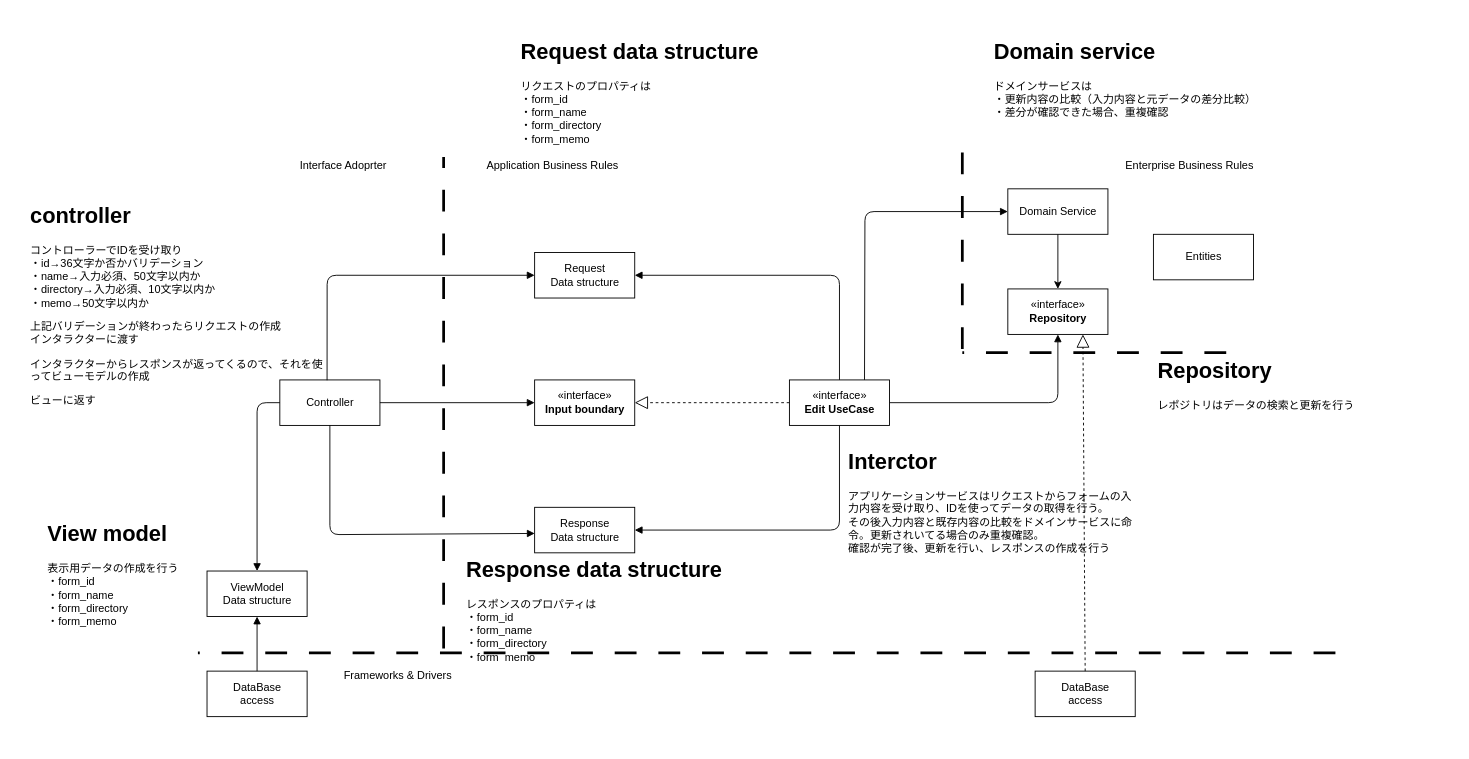
takashiraki/github_image keeps this draw.io diagram as drawio/adas/form/editHandle.dio. Above is the earlier version. Source tidied: cells renumbered, new cells numbered last; positions are measured from the earlier drawing's top-left corner, leaving out a move shared by most shapes. Both pictures are drawn from the tidied source at 91%, with x=0, y=0 at pixel (15, 15).
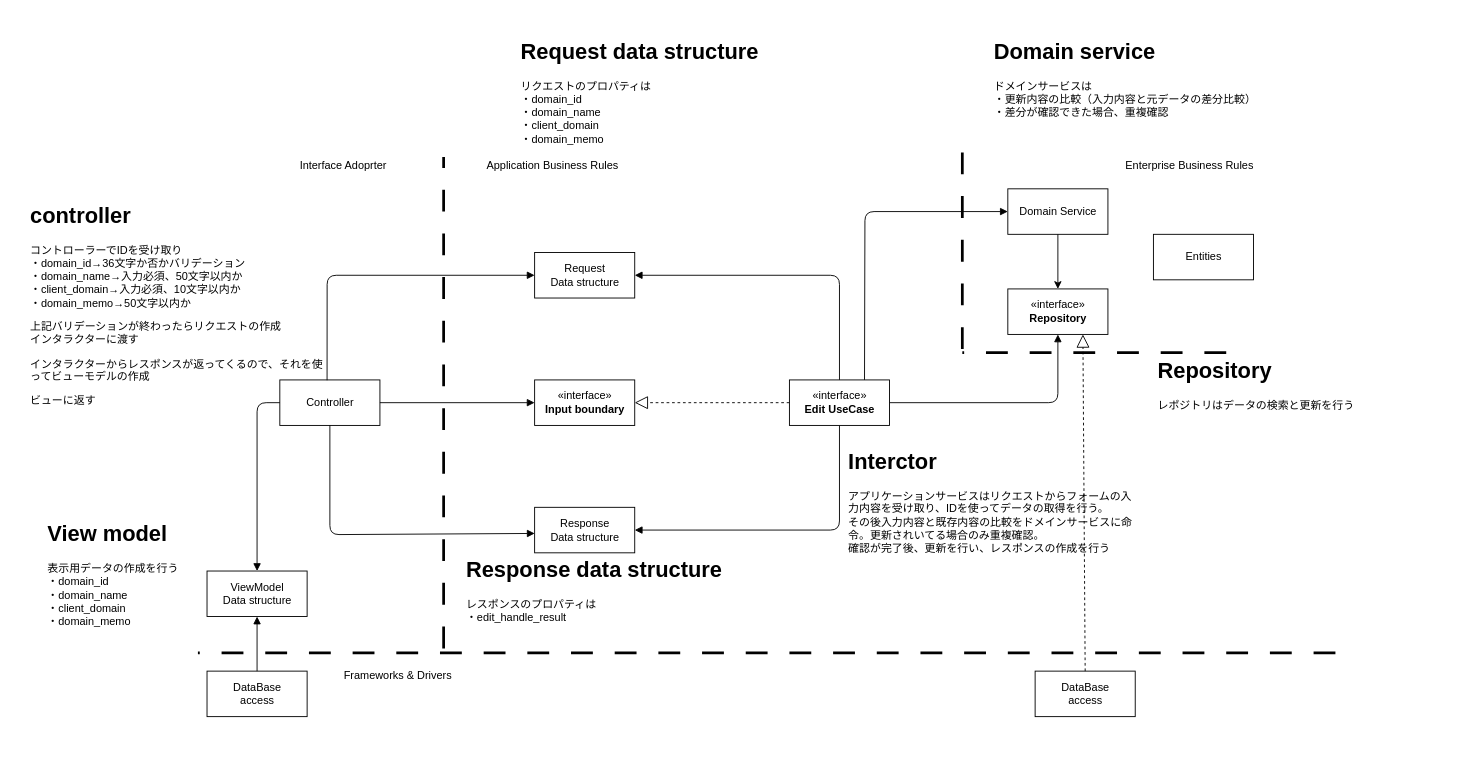
Above is the later version.

Commit message (it also covers changes not shown here):
create account manager domain model

The edit, as a diff of the source:
```diff
@@
-    <mxCell id="32" value="&lt;h1&gt;controller&lt;/h1&gt;&lt;p&gt;コントローラーでIDを受け取り&lt;br&gt;・id→36文字か否かバリデーション&lt;br&gt;・name→入力必須、50文字以内か&lt;br&gt;・directory→入力必須、10文字以内か&lt;br&gt;・memo→50文字以内か&lt;br&gt;&lt;/p&gt;&lt;p&gt;上記バリデーションが終わったらリクエストの作成&lt;br&gt;インタラクターに渡す&lt;/p&gt;&lt;p&gt;インタラクターからレスポンスが返ってくるので、それを使ってビューモデルの作成&lt;br&gt;&lt;/p&gt;&lt;p&gt;ビューに返す&lt;/p&gt;" style="text;html=1;strokeColor=none;fillColor=none;spacing=5;spacingTop=-20;whiteSpace=wrap;overflow=hidden;rounded=0;" parent="1" vertex="1">
+    <mxCell id="32" value="&lt;h1&gt;controller&lt;/h1&gt;&lt;p&gt;コントローラーでIDを受け取り&lt;br&gt;・domain_id→36文字か否かバリデーション&lt;br&gt;・domain_name→入力必須、50文字以内か&lt;br&gt;・client_domain→入力必須、10文字以内か&lt;br&gt;・domain_memo→50文字以内か&lt;br&gt;&lt;/p&gt;&lt;p&gt;上記バリデーションが終わったらリクエストの作成&lt;br&gt;インタラクターに渡す&lt;/p&gt;&lt;p&gt;インタラクターからレスポンスが返ってくるので、それを使ってビューモデルの作成&lt;br&gt;&lt;/p&gt;&lt;p&gt;ビューに返す&lt;/p&gt;" style="text;html=1;strokeColor=none;fillColor=none;spacing=5;spacingTop=-20;whiteSpace=wrap;overflow=hidden;rounded=0;" parent="1" vertex="1">
       <mxGeometry x="11" y="200" width="330" height="230" as="geometry" />
     </mxCell>
-    <mxCell id="33" value="&lt;h1&gt;Request data structure&lt;/h1&gt;&lt;div&gt;リクエストのプロパティは&lt;/div&gt;&lt;div&gt;&lt;span style=&quot;background-color: initial;&quot;&gt;・form_id&lt;/span&gt;&lt;/div&gt;&lt;div&gt;&lt;span style=&quot;background-color: initial;&quot;&gt;・form_name&lt;/span&gt;&lt;/div&gt;&lt;div&gt;&lt;span style=&quot;background-color: initial;&quot;&gt;・form_directory&lt;/span&gt;&lt;/div&gt;&lt;div&gt;&lt;span style=&quot;background-color: initial;&quot;&gt;・form_memo&lt;/span&gt;&lt;/div&gt;" style="text;html=1;strokeColor=none;fillColor=none;spacing=5;spacingTop=-20;whiteSpace=wrap;overflow=hidden;rounded=0;" parent="1" vertex="1">
+    <mxCell id="33" value="&lt;h1&gt;Request data structure&lt;/h1&gt;&lt;div&gt;リクエストのプロパティは&lt;/div&gt;&lt;div&gt;・domain_id&lt;/div&gt;&lt;div&gt;・domain_name&lt;/div&gt;&lt;div&gt;・client_domain&lt;/div&gt;&lt;div&gt;・domain_memo&lt;/div&gt;" style="text;html=1;strokeColor=none;fillColor=none;spacing=5;spacingTop=-20;whiteSpace=wrap;overflow=hidden;rounded=0;" parent="1" vertex="1">
       <mxGeometry x="550" y="20" width="310" height="140" as="geometry" />
     </mxCell>
-    <mxCell id="34" value="&lt;h1&gt;Response data structure&lt;/h1&gt;&lt;div&gt;レスポンスのプロパティは&lt;/div&gt;&lt;div&gt;・form_id&lt;/div&gt;&lt;div&gt;・form_name&lt;/div&gt;&lt;div&gt;・form_directory&lt;/div&gt;&lt;div&gt;・form_memo&lt;/div&gt;" style="text;html=1;strokeColor=none;fillColor=none;spacing=5;spacingTop=-20;whiteSpace=wrap;overflow=hidden;rounded=0;" parent="1" vertex="1">
+    <mxCell id="34" value="&lt;h1&gt;Response data structure&lt;/h1&gt;&lt;div&gt;レスポンスのプロパティは&lt;/div&gt;&lt;div&gt;・edit_handle_result&lt;/div&gt;" style="text;html=1;strokeColor=none;fillColor=none;spacing=5;spacingTop=-20;whiteSpace=wrap;overflow=hidden;rounded=0;" parent="1" vertex="1">
       <mxGeometry x="490" y="589" width="310" height="121" as="geometry" />
     </mxCell>
@@
-    <mxCell id="38" value="&lt;h1&gt;View model&lt;/h1&gt;&lt;div&gt;表示用データの作成を行う&lt;/div&gt;&lt;div&gt;・form_id&lt;/div&gt;&lt;div&gt;&lt;span style=&quot;background-color: initial;&quot;&gt;・form_name&lt;/span&gt;&lt;/div&gt;&lt;div&gt;・form_directory&lt;/div&gt;&lt;div&gt;・form_memo&lt;/div&gt;" style="text;html=1;strokeColor=none;fillColor=none;spacing=5;spacingTop=-20;whiteSpace=wrap;overflow=hidden;rounded=0;" parent="1" vertex="1">
+    <mxCell id="38" value="&lt;h1&gt;View model&lt;/h1&gt;&lt;div&gt;表示用データの作成を行う&lt;/div&gt;&lt;div&gt;・domain_id&lt;/div&gt;&lt;div&gt;・domain_name&lt;/div&gt;&lt;div&gt;・client_domain&lt;/div&gt;&lt;div&gt;・domain_memo&lt;/div&gt;" style="text;html=1;strokeColor=none;fillColor=none;spacing=5;spacingTop=-20;whiteSpace=wrap;overflow=hidden;rounded=0;" parent="1" vertex="1">
       <mxGeometry x="30" y="550" width="310" height="130" as="geometry" />
     </mxCell>
```
